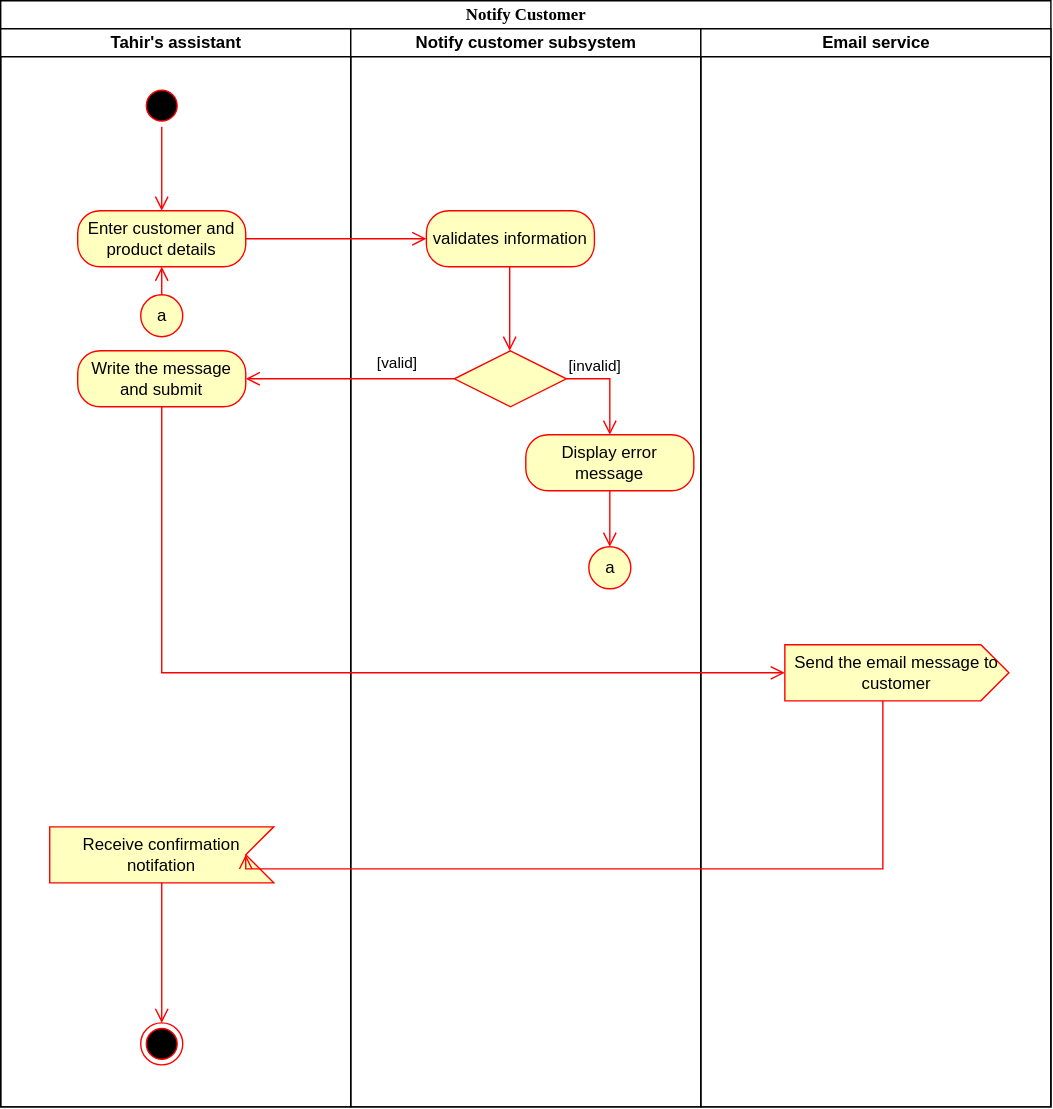
Earlier version of the draw.io export Notify Customer Activity Diagram.svg (Simamkele88/IFM3_GP). Source tidied: cells renumbered, new cells last; positions are measured from the earlier drawing's top-left corner, leaving out a move shared by most shapes.
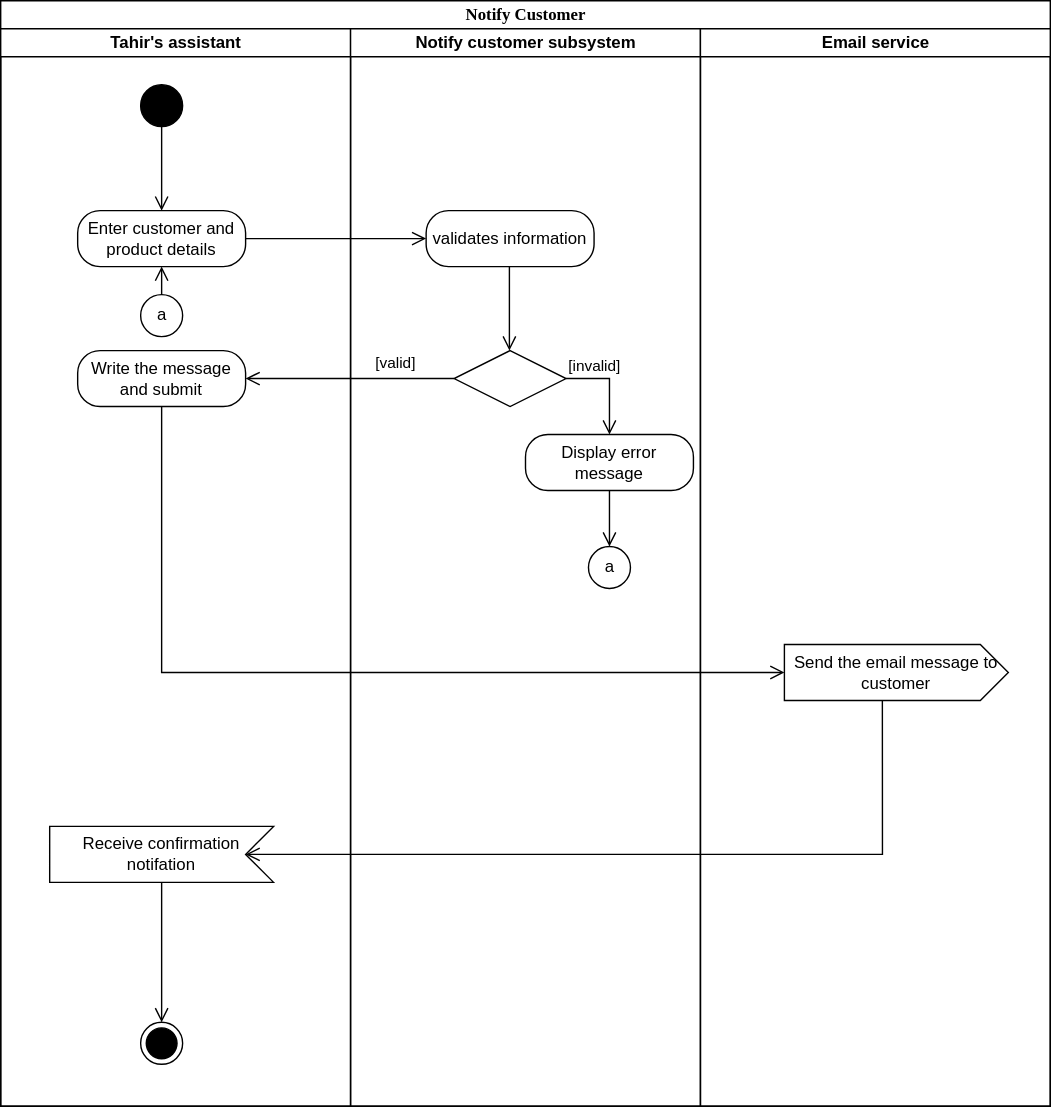
After the change.

Diff of the diagram source:
```diff
@@ -5,92 +5,95 @@
     <mxCell id="2" value="Notify Customer" style="swimlane;html=1;startSize=20;rounded=0;shadow=0;comic=0;labelBackgroundColor=none;strokeWidth=1;fontFamily=Verdana;fontSize=12;align=center;" parent="1" vertex="1">
       <mxGeometry width="750" height="790" as="geometry" />
     </mxCell>
-    <mxCell id="3" value="Tahir's assistant" style="swimlane;html=1;startSize=20;" parent="2" vertex="1">
+    <mxCell id="3" value="Tahir's assistant" style="swimlane;html=1;startSize=20;labelBackgroundColor=none;" parent="2" vertex="1">
       <mxGeometry y="20" width="250" height="770" as="geometry" />
     </mxCell>
-    <mxCell id="4" style="ellipse;html=1;shape=startState;fillColor=#000000;strokeColor=#ff0000;" parent="3" vertex="1">
-      <mxGeometry x="100" y="40" width="30" height="30" as="geometry" />
-    </mxCell>
-    <mxCell id="5" style="edgeStyle=orthogonalEdgeStyle;html=1;verticalAlign=bottom;endArrow=open;endSize=8;strokeColor=#ff0000;rounded=0;" parent="3" edge="1" source="4">
+    <mxCell id="5" style="edgeStyle=orthogonalEdgeStyle;html=1;verticalAlign=bottom;endArrow=open;endSize=8;rounded=0;labelBackgroundColor=none;fontColor=default;" parent="3" edge="1">
       <mxGeometry relative="1" as="geometry">
+        <mxPoint x="115" y="70" as="sourcePoint" />
         <mxPoint x="115" y="130" as="targetPoint" />
       </mxGeometry>
     </mxCell>
-    <mxCell id="6" value="Enter customer and product details" style="rounded=1;whiteSpace=wrap;html=1;arcSize=40;fontColor=#000000;fillColor=#ffffc0;strokeColor=#ff0000;" parent="3" vertex="1">
+    <mxCell id="6" value="Enter customer and product details" style="rounded=1;whiteSpace=wrap;html=1;arcSize=40;labelBackgroundColor=none;" parent="3" vertex="1">
       <mxGeometry x="55" y="130" width="120" height="40" as="geometry" />
     </mxCell>
-    <mxCell id="7" value="Write the message and submit" style="rounded=1;whiteSpace=wrap;html=1;arcSize=40;fontColor=#000000;fillColor=#ffffc0;strokeColor=#ff0000;" parent="3" vertex="1">
+    <mxCell id="7" value="Write the message and submit" style="rounded=1;whiteSpace=wrap;html=1;arcSize=40;labelBackgroundColor=none;" parent="3" vertex="1">
       <mxGeometry x="55" y="230" width="120" height="40" as="geometry" />
     </mxCell>
-    <mxCell id="8" style="edgeStyle=orthogonalEdgeStyle;html=1;align=left;verticalAlign=bottom;endArrow=open;endSize=8;strokeColor=#ff0000;rounded=0;entryX=0.5;entryY=1;entryDx=0;entryDy=0;exitX=0.5;exitY=0;exitDx=0;exitDy=0;" parent="3" edge="1" source="9" target="6">
+    <mxCell id="8" style="edgeStyle=orthogonalEdgeStyle;html=1;align=left;verticalAlign=bottom;endArrow=open;endSize=8;rounded=0;entryX=0.5;entryY=1;entryDx=0;entryDy=0;exitX=0.5;exitY=0;exitDx=0;exitDy=0;labelBackgroundColor=none;fontColor=default;" parent="3" edge="1" source="9" target="6">
       <mxGeometry x="-1" relative="1" as="geometry" />
     </mxCell>
-    <mxCell id="9" value="a" style="ellipse;html=1;rounded=1;strokeColor=#ff0000;align=center;verticalAlign=middle;arcSize=40;fontFamily=Helvetica;fontSize=12;fontColor=#000000;fillColor=#ffffc0;" parent="3" vertex="1">
+    <mxCell id="9" value="a" style="ellipse;html=1;rounded=1;align=center;verticalAlign=middle;arcSize=40;fontFamily=Helvetica;fontSize=12;labelBackgroundColor=none;" parent="3" vertex="1">
       <mxGeometry x="100" y="190" width="30" height="30" as="geometry" />
     </mxCell>
-    <mxCell id="10" value="Receive confirmation notifation" style="html=1;shape=mxgraph.infographic.ribbonSimple;notch1=20;notch2=0;align=center;verticalAlign=middle;fontSize=12;fontStyle=0;flipH=1;fillColor=#ffffc0;whiteSpace=wrap;rounded=1;strokeColor=#ff0000;arcSize=40;fontFamily=Helvetica;fontColor=#000000;" parent="3" vertex="1">
+    <mxCell id="10" value="Receive confirmation notifation" style="html=1;shape=mxgraph.infographic.ribbonSimple;notch1=20;notch2=0;align=center;verticalAlign=middle;fontSize=12;fontStyle=0;flipH=1;whiteSpace=wrap;rounded=1;arcSize=40;fontFamily=Helvetica;labelBackgroundColor=none;" parent="3" vertex="1">
       <mxGeometry x="35" y="570" width="160" height="40" as="geometry" />
     </mxCell>
-    <mxCell id="11" style="edgeStyle=orthogonalEdgeStyle;html=1;verticalAlign=bottom;endArrow=open;endSize=8;strokeColor=#ff0000;rounded=0;entryX=0.5;entryY=0;entryDx=0;entryDy=0;exitX=0;exitY=0;exitDx=80;exitDy=40;exitPerimeter=0;" parent="3" edge="1" source="10" target="12">
-      <mxGeometry relative="1" as="geometry" />
+    <mxCell id="11" style="edgeStyle=orthogonalEdgeStyle;html=1;verticalAlign=bottom;endArrow=open;endSize=8;rounded=0;entryX=0.5;entryY=0;entryDx=0;entryDy=0;exitX=0;exitY=0;exitDx=80;exitDy=40;exitPerimeter=0;labelBackgroundColor=none;fontColor=default;" parent="3" edge="1" source="10">
+      <mxGeometry relative="1" as="geometry">
+        <mxPoint x="115" y="710" as="targetPoint" />
+      </mxGeometry>
     </mxCell>
-    <mxCell id="12" style="ellipse;html=1;shape=endState;fillColor=#000000;strokeColor=#ff0000;" parent="3" vertex="1">
-      <mxGeometry x="100" y="710" width="30" height="30" as="geometry" />
-    </mxCell>
+    <mxCell id="28" style="ellipse;html=1;shape=endState;fillColor=strokeColor;" parent="3" vertex="1">
+      <mxGeometry x="100" y="710" width="30" height="30" as="geometry" />
+    </mxCell>
+    <mxCell id="29" style="ellipse;fillColor=strokeColor;html=1;" parent="3" vertex="1">
+      <mxGeometry x="100" y="40" width="30" height="30" as="geometry" />
+    </mxCell>
-    <mxCell id="13" value="Notify customer subsystem" style="swimlane;html=1;startSize=20;" parent="2" vertex="1">
+    <mxCell id="13" value="Notify customer subsystem" style="swimlane;html=1;startSize=20;labelBackgroundColor=none;" parent="2" vertex="1">
       <mxGeometry x="250" y="20" width="250" height="770" as="geometry" />
     </mxCell>
-    <mxCell id="14" value="validates information" style="rounded=1;whiteSpace=wrap;html=1;arcSize=40;fontColor=#000000;fillColor=#ffffc0;strokeColor=#ff0000;" parent="13" vertex="1">
+    <mxCell id="14" value="validates information" style="rounded=1;whiteSpace=wrap;html=1;arcSize=40;labelBackgroundColor=none;" parent="13" vertex="1">
       <mxGeometry x="54" y="130" width="120" height="40" as="geometry" />
     </mxCell>
-    <mxCell id="15" style="edgeStyle=orthogonalEdgeStyle;html=1;verticalAlign=bottom;endArrow=open;endSize=8;strokeColor=#ff0000;rounded=0;" parent="13" edge="1" source="14">
+    <mxCell id="15" style="edgeStyle=orthogonalEdgeStyle;html=1;verticalAlign=bottom;endArrow=open;endSize=8;rounded=0;labelBackgroundColor=none;fontColor=default;" parent="13" edge="1" source="14">
       <mxGeometry relative="1" as="geometry">
         <mxPoint x="113.5" y="230" as="targetPoint" />
       </mxGeometry>
     </mxCell>
-    <mxCell id="16" style="rhombus;whiteSpace=wrap;html=1;fontColor=#000000;fillColor=#ffffc0;strokeColor=#ff0000;" parent="13" vertex="1">
+    <mxCell id="16" style="rhombus;whiteSpace=wrap;html=1;labelBackgroundColor=none;" parent="13" vertex="1">
       <mxGeometry x="74" y="230" width="80" height="40" as="geometry" />
     </mxCell>
-    <mxCell id="17" value="[invalid]" style="edgeStyle=orthogonalEdgeStyle;html=1;align=left;verticalAlign=bottom;endArrow=open;endSize=8;strokeColor=#ff0000;rounded=0;entryX=0.5;entryY=0;entryDx=0;entryDy=0;exitX=1;exitY=0.5;exitDx=0;exitDy=0;" parent="13" edge="1" source="16" target="19">
+    <mxCell id="17" value="[invalid]" style="edgeStyle=orthogonalEdgeStyle;html=1;align=left;verticalAlign=bottom;endArrow=open;endSize=8;rounded=0;entryX=0.5;entryY=0;entryDx=0;entryDy=0;exitX=1;exitY=0.5;exitDx=0;exitDy=0;labelBackgroundColor=none;fontColor=default;" parent="13" edge="1" source="16" target="19">
       <mxGeometry x="-1" relative="1" as="geometry" />
     </mxCell>
-    <mxCell id="18" value="a" style="ellipse;html=1;rounded=1;strokeColor=#ff0000;align=center;verticalAlign=middle;arcSize=40;fontFamily=Helvetica;fontSize=12;fontColor=#000000;fillColor=#ffffc0;" parent="13" vertex="1">
+    <mxCell id="18" value="a" style="ellipse;html=1;rounded=1;align=center;verticalAlign=middle;arcSize=40;fontFamily=Helvetica;fontSize=12;labelBackgroundColor=none;" parent="13" vertex="1">
       <mxGeometry x="170" y="370" width="30" height="30" as="geometry" />
     </mxCell>
-    <mxCell id="19" value="Display error message" style="rounded=1;whiteSpace=wrap;html=1;arcSize=40;fontColor=#000000;fillColor=#ffffc0;strokeColor=#ff0000;" parent="13" vertex="1">
+    <mxCell id="19" value="Display error message" style="rounded=1;whiteSpace=wrap;html=1;arcSize=40;labelBackgroundColor=none;" parent="13" vertex="1">
       <mxGeometry x="125" y="290" width="120" height="40" as="geometry" />
     </mxCell>
-    <mxCell id="20" style="edgeStyle=orthogonalEdgeStyle;html=1;verticalAlign=bottom;endArrow=open;endSize=8;strokeColor=#ff0000;rounded=0;" parent="13" edge="1" source="19" target="18">
+    <mxCell id="20" style="edgeStyle=orthogonalEdgeStyle;html=1;verticalAlign=bottom;endArrow=open;endSize=8;rounded=0;labelBackgroundColor=none;fontColor=default;" parent="13" edge="1" source="19" target="18">
       <mxGeometry relative="1" as="geometry" />
     </mxCell>
-    <mxCell id="21" value="Email service" style="swimlane;html=1;startSize=20;" parent="2" vertex="1">
+    <mxCell id="21" value="Email service" style="swimlane;html=1;startSize=20;labelBackgroundColor=none;" parent="2" vertex="1">
       <mxGeometry x="500" y="20" width="250" height="770" as="geometry" />
     </mxCell>
-    <mxCell id="22" value="&lt;span style=&quot;font-size: 12px;&quot;&gt;Send the email message to customer&lt;/span&gt;" style="html=1;shape=mxgraph.infographic.ribbonSimple;notch1=0;notch2=20;align=center;verticalAlign=middle;fontSize=12;fontStyle=0;fillColor=#ffffc0;whiteSpace=wrap;rounded=1;strokeColor=#ff0000;arcSize=40;fontFamily=Helvetica;fontColor=#000000;" parent="21" vertex="1">
+    <mxCell id="22" value="&lt;span style=&quot;font-size: 12px;&quot;&gt;Send the email message to customer&lt;/span&gt;" style="html=1;shape=mxgraph.infographic.ribbonSimple;notch1=0;notch2=20;align=center;verticalAlign=middle;fontSize=12;fontStyle=0;whiteSpace=wrap;rounded=1;arcSize=40;fontFamily=Helvetica;labelBackgroundColor=none;" parent="21" vertex="1">
       <mxGeometry x="60" y="440" width="160" height="40" as="geometry" />
     </mxCell>
-    <mxCell id="23" style="edgeStyle=orthogonalEdgeStyle;html=1;verticalAlign=bottom;endArrow=open;endSize=8;strokeColor=#ff0000;rounded=0;exitX=1;exitY=0.5;exitDx=0;exitDy=0;entryX=0;entryY=0.5;entryDx=0;entryDy=0;" parent="2" edge="1" source="6" target="14">
+    <mxCell id="23" style="edgeStyle=orthogonalEdgeStyle;html=1;verticalAlign=bottom;endArrow=open;endSize=8;rounded=0;exitX=1;exitY=0.5;exitDx=0;exitDy=0;entryX=0;entryY=0.5;entryDx=0;entryDy=0;labelBackgroundColor=none;fontColor=default;" parent="2" edge="1" source="6" target="14">
       <mxGeometry relative="1" as="geometry" />
     </mxCell>
-    <mxCell id="24" style="edgeStyle=orthogonalEdgeStyle;html=1;align=left;verticalAlign=top;endArrow=open;endSize=8;strokeColor=#ff0000;rounded=0;exitX=0;exitY=0.5;exitDx=0;exitDy=0;entryX=1;entryY=0.5;entryDx=0;entryDy=0;" parent="2" edge="1" source="16" target="7">
+    <mxCell id="24" style="edgeStyle=orthogonalEdgeStyle;html=1;align=left;verticalAlign=top;endArrow=open;endSize=8;rounded=0;exitX=0;exitY=0.5;exitDx=0;exitDy=0;entryX=1;entryY=0.5;entryDx=0;entryDy=0;labelBackgroundColor=none;fontColor=default;" parent="2" edge="1" source="16" target="7">
       <mxGeometry x="-1" relative="1" as="geometry" />
     </mxCell>
-    <mxCell id="25" value="[valid]" style="edgeLabel;html=1;align=center;verticalAlign=middle;" parent="24" vertex="1">
+    <mxCell id="25" value="[valid]" style="edgeLabel;html=1;align=center;verticalAlign=middle;labelBackgroundColor=none;" parent="24" vertex="1">
       <mxGeometry x="-0.43" y="-1" relative="1" as="geometry">
         <mxPoint y="-11" as="offset" />
       </mxGeometry>
     </mxCell>
-    <mxCell id="26" style="edgeStyle=orthogonalEdgeStyle;html=1;verticalAlign=bottom;endArrow=open;endSize=8;strokeColor=#ff0000;rounded=0;entryX=0;entryY=0;entryDx=0;entryDy=20;entryPerimeter=0;" parent="2" edge="1" source="7" target="22">
+    <mxCell id="26" style="edgeStyle=orthogonalEdgeStyle;html=1;verticalAlign=bottom;endArrow=open;endSize=8;rounded=0;entryX=0;entryY=0;entryDx=0;entryDy=20;entryPerimeter=0;labelBackgroundColor=none;fontColor=default;" parent="2" edge="1" source="7" target="22">
       <mxGeometry relative="1" as="geometry">
         <Array as="points">
           <mxPoint x="115" y="480" />
         </Array>
       </mxGeometry>
     </mxCell>
-    <mxCell id="27" style="edgeStyle=orthogonalEdgeStyle;html=1;verticalAlign=bottom;endArrow=open;endSize=8;strokeColor=#ff0000;rounded=0;exitX=0;exitY=0;exitDx=70;exitDy=40;exitPerimeter=0;entryX=0;entryY=0;entryDx=20;entryDy=20;entryPerimeter=0;" parent="2" edge="1" source="22" target="10">
+    <mxCell id="27" style="edgeStyle=orthogonalEdgeStyle;html=1;verticalAlign=bottom;endArrow=open;endSize=8;rounded=0;exitX=0;exitY=0;exitDx=70;exitDy=40;exitPerimeter=0;entryX=0;entryY=0;entryDx=20;entryDy=20;entryPerimeter=0;labelBackgroundColor=none;fontColor=default;" parent="2" edge="1" source="22" target="10">
       <mxGeometry relative="1" as="geometry">
         <Array as="points">
-          <mxPoint x="630" y="620" />
+          <mxPoint x="630" y="610" />
         </Array>
       </mxGeometry>
     </mxCell>
```
